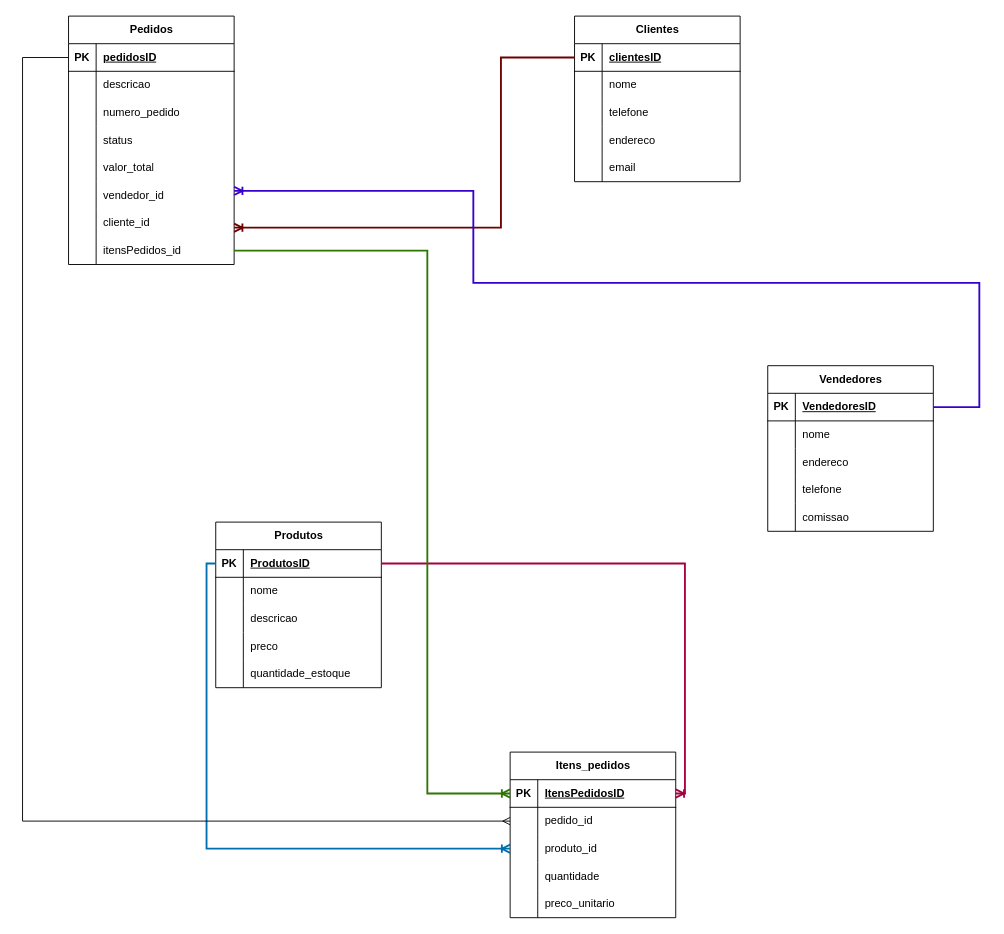
The draw.io diagram Diagrama sem nome.drawio in GabssNb/Banco-de-dados, before the edit. Source tidied: cells renumbered, new cells numbered last; positions are measured from the earlier drawing's top-left corner, leaving out a move shared by most shapes. Both pictures are drawn from the tidied source at 92%, with x=0, y=0 at pixel (22, 16).
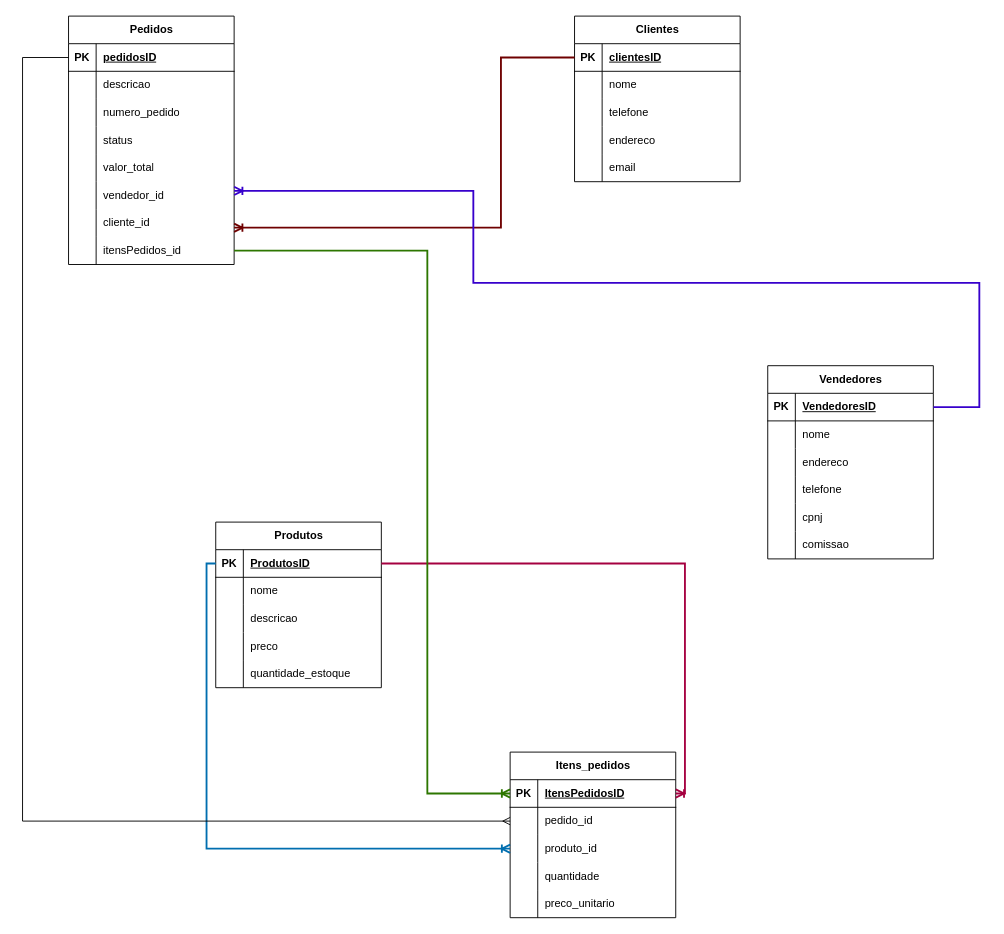
After the change.

Commit message:
Reestruturação de Banco de Dados.drawio

Unchanged cells that the change refers to:
```xml
<mxCell id="47" style="shape=tableRow;horizontal=0;startSize=0;swimlaneHead=0;swimlaneBody=0;fillColor=none;top=0;left=0;right=0;bottom=0;" parent="34" vertex="1">
  <mxGeometry y="150" width="180" height="30" as="geometry" />
</mxCell>
```

The edit, as a diff of the source:
```diff
@@
     <mxCell id="34" value="Vendedores" style="shape=table;startSize=30;childLayout=tableLayout;rowLines=0;fontStyle=1;align=center;html=1;" parent="1" vertex="1">
-      <mxGeometry x="810" y="380" width="180" height="180" as="geometry" />
+      <mxGeometry x="810" y="380" width="180" height="210" as="geometry" />
     </mxCell>
@@
-    <mxCell id="49" value="comissao" style="shape=partialRectangle;fillColor=none;top=0;left=0;bottom=0;right=0;align=left;spacingLeft=6;overflow=hidden;whiteSpace=wrap;html=1;" parent="47" vertex="1">
+    <mxCell id="49" value="cpnj" style="shape=partialRectangle;fillColor=none;top=0;left=0;bottom=0;right=0;align=left;spacingLeft=6;overflow=hidden;whiteSpace=wrap;html=1;" parent="47" vertex="1">
       <mxGeometry x="30" width="150" height="30" as="geometry" />
     </mxCell>
+    <mxCell id="97" style="shape=tableRow;horizontal=0;startSize=0;swimlaneHead=0;swimlaneBody=0;fillColor=none;top=0;left=0;right=0;bottom=0;" parent="34" vertex="1">
+      <mxGeometry y="180" width="180" height="30" as="geometry" />
+    </mxCell>
+    <mxCell id="98" style="shape=partialRectangle;fillColor=none;top=0;left=0;bottom=0;right=0;overflow=hidden;whiteSpace=wrap;html=1;" parent="97" vertex="1">
+      <mxGeometry width="30" height="30" as="geometry" />
+    </mxCell>
+    <mxCell id="99" value="comissao" style="shape=partialRectangle;fillColor=none;top=0;left=0;bottom=0;right=0;align=left;spacingLeft=6;overflow=hidden;whiteSpace=wrap;html=1;" parent="97" vertex="1">
+      <mxGeometry x="30" width="150" height="30" as="geometry" />
+    </mxCell>
```
